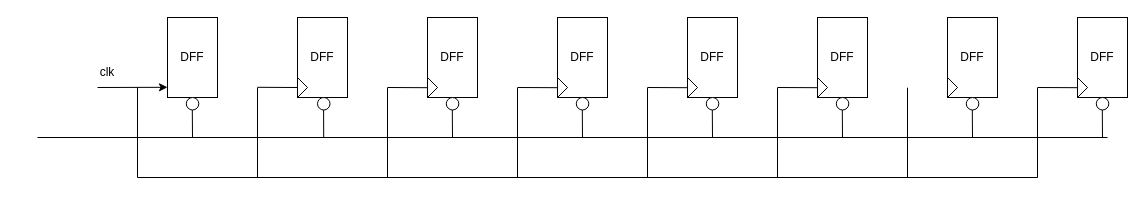
This is page "PISO" (3 of 4) of Untitled Diagram.drawio from 106210049/SIPO_PISO, a draw.io file, before an edit. Source tidied: cells renumbered, new cells numbered last; positions are measured from the earlier drawing's top-left corner, leaving out a move shared by most shapes. Both pictures are drawn from the tidied source at 100%, with x=0, y=0 at pixel (37, 17).
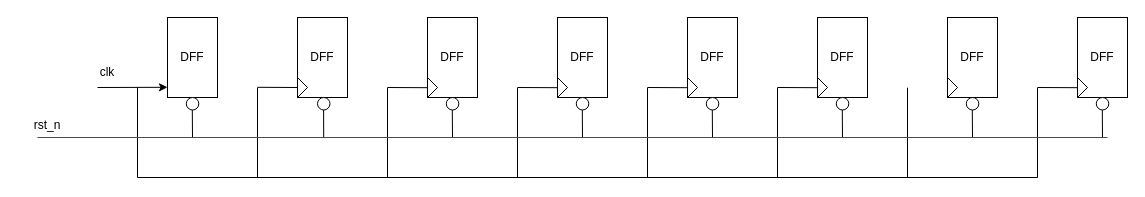
Above is the later version.

Diff of the diagram source:
```diff
@@
-    <mxCell id="47" style="endArrow=none;html=1;rounded=0;" parent="1" edge="1">
+    <mxCell id="47" style="endArrow=none;html=1;rounded=0;strokeColor=#FF0000;" parent="1" edge="1">
       <mxGeometry relative="1" as="geometry">
         <mxPoint y="120" as="sourcePoint" />
         <mxPoint x="1070" y="120" as="targetPoint" />
       </mxGeometry>
     </mxCell>
@@
+    <mxCell id="51" value="rst_n" style="text;strokeColor=none;align=center;fillColor=none;html=1;verticalAlign=middle;whiteSpace=wrap;rounded=0;" parent="1" vertex="1">
+      <mxGeometry x="-20" y="92.5" width="60" height="30" as="geometry" />
+    </mxCell>
```
